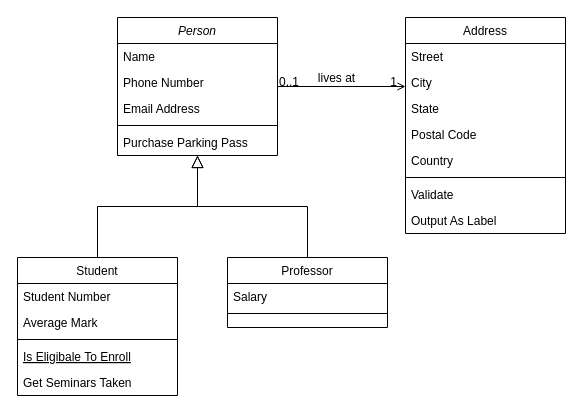
gingerxbread/Diagram-Week-2 keeps this draw.io diagram as Exercise2.drawio. Above is the earlier version. Source tidied: cells renumbered, new cells numbered last; positions are measured from the earlier drawing's top-left corner, leaving out a move shared by most shapes. Both pictures are drawn from the tidied source at 100%, with x=0, y=0 at pixel (17, 17).
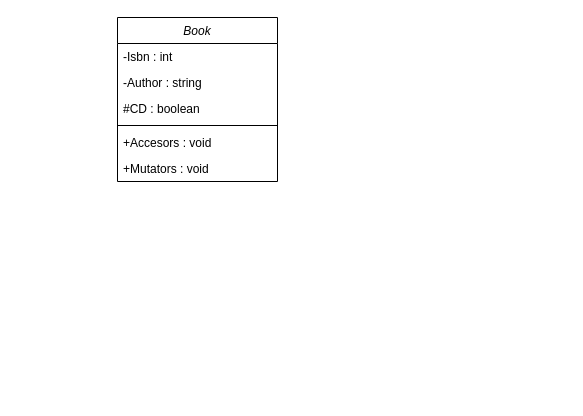
After the change.

Change to the diagram source:
```diff
@@
-    <mxCell id="2" value="Person" style="swimlane;fontStyle=2;align=center;verticalAlign=top;horizontal=1;startSize=26;rounded=0;shadow=0;strokeWidth=1;" parent="1" vertex="1">
-      <mxGeometry x="100" width="160" height="138" as="geometry" />
+    <mxCell id="2" value="Book" style="swimlane;fontStyle=2;align=center;verticalAlign=top;horizontal=1;startSize=26;rounded=0;shadow=0;strokeWidth=1;" parent="1" vertex="1">
+      <mxGeometry x="100" width="160" height="164" as="geometry" />
     </mxCell>
-    <mxCell id="3" value="Name" style="text;align=left;verticalAlign=top;spacingLeft=4;spacingRight=4;overflow=hidden;" parent="2" vertex="1">
+    <mxCell id="3" value="-Isbn : int" style="text;align=left;verticalAlign=top;spacingLeft=4;spacingRight=4;overflow=hidden;" parent="2" vertex="1">
       <mxGeometry y="26" width="160" height="26" as="geometry" />
     </mxCell>
-    <mxCell id="4" value="Phone Number" style="text;align=left;verticalAlign=top;spacingLeft=4;spacingRight=4;overflow=hidden;rounded=0;shadow=0;html=0;" parent="2" vertex="1">
+    <mxCell id="4" value="-Author : string" style="text;align=left;verticalAlign=top;spacingLeft=4;spacingRight=4;overflow=hidden;rounded=0;shadow=0;html=0;" parent="2" vertex="1">
       <mxGeometry y="52" width="160" height="26" as="geometry" />
     </mxCell>
-    <mxCell id="5" value="Email Address" style="text;align=left;verticalAlign=top;spacingLeft=4;spacingRight=4;overflow=hidden;rounded=0;shadow=0;html=0;" parent="2" vertex="1">
+    <mxCell id="5" value="#CD : boolean" style="text;align=left;verticalAlign=top;spacingLeft=4;spacingRight=4;overflow=hidden;rounded=0;shadow=0;html=0;" parent="2" vertex="1">
       <mxGeometry y="78" width="160" height="26" as="geometry" />
     </mxCell>
@@
-    <mxCell id="7" value="Purchase Parking Pass" style="text;align=left;verticalAlign=top;spacingLeft=4;spacingRight=4;overflow=hidden;" parent="2" vertex="1">
+    <mxCell id="7" value="+Accesors : void" style="text;align=left;verticalAlign=top;spacingLeft=4;spacingRight=4;overflow=hidden;" parent="2" vertex="1">
       <mxGeometry y="112" width="160" height="26" as="geometry" />
     </mxCell>
-    <mxCell id="8" value="Student" style="swimlane;fontStyle=0;align=center;verticalAlign=top;horizontal=1;startSize=26;rounded=0;shadow=0;strokeWidth=1;" parent="1" vertex="1">
-      <mxGeometry y="240" width="160" height="138" as="geometry" />
-    </mxCell>
-    <mxCell id="9" value="Student Number" style="text;align=left;verticalAlign=top;spacingLeft=4;spacingRight=4;overflow=hidden;" parent="8" vertex="1">
-      <mxGeometry y="26" width="160" height="26" as="geometry" />
-    </mxCell>
-    <mxCell id="10" value="Average Mark" style="text;align=left;verticalAlign=top;spacingLeft=4;spacingRight=4;overflow=hidden;rounded=0;shadow=0;html=0;" parent="8" vertex="1">
-      <mxGeometry y="52" width="160" height="26" as="geometry" />
-    </mxCell>
-    <mxCell id="11" style="line;html=1;strokeWidth=1;align=left;verticalAlign=middle;spacingTop=-1;spacingLeft=3;spacingRight=3;labelPosition=right;" parent="8" vertex="1">
-      <mxGeometry y="78" width="160" height="8" as="geometry" />
-    </mxCell>
-    <mxCell id="12" value="Is Eligibale To Enroll" style="text;align=left;verticalAlign=top;spacingLeft=4;spacingRight=4;overflow=hidden;fontStyle=4;" parent="8" vertex="1">
-      <mxGeometry y="86" width="160" height="26" as="geometry" />
-    </mxCell>
-    <mxCell id="13" value="Get Seminars Taken" style="text;align=left;verticalAlign=top;spacingLeft=4;spacingRight=4;overflow=hidden;" parent="8" vertex="1">
-      <mxGeometry y="112" width="160" height="26" as="geometry" />
-    </mxCell>
-    <mxCell id="14" style="endArrow=block;endSize=10;endFill=0;shadow=0;strokeWidth=1;rounded=0;edgeStyle=elbowEdgeStyle;elbow=vertical;" parent="1" edge="1" source="8" target="2">
-      <mxGeometry relative="1" as="geometry" />
-    </mxCell>
-    <mxCell id="15" value="Professor" style="swimlane;fontStyle=0;align=center;verticalAlign=top;horizontal=1;startSize=26;rounded=0;shadow=0;strokeWidth=1;" parent="1" vertex="1">
-      <mxGeometry x="210" y="240" width="160" height="70" as="geometry" />
-    </mxCell>
-    <mxCell id="16" value="Salary" style="text;align=left;verticalAlign=top;spacingLeft=4;spacingRight=4;overflow=hidden;" parent="15" vertex="1">
-      <mxGeometry y="26" width="160" height="26" as="geometry" />
-    </mxCell>
-    <mxCell id="17" style="line;html=1;strokeWidth=1;align=left;verticalAlign=middle;spacingTop=-1;spacingLeft=3;spacingRight=3;labelPosition=right;" parent="15" vertex="1">
-      <mxGeometry y="52" width="160" height="8" as="geometry" />
-    </mxCell>
-    <mxCell id="18" style="endArrow=block;endSize=10;endFill=0;shadow=0;strokeWidth=1;rounded=0;edgeStyle=elbowEdgeStyle;elbow=vertical;" parent="1" edge="1" source="15" target="2">
-      <mxGeometry relative="1" as="geometry" />
-    </mxCell>
-    <mxCell id="19" value="Address" style="swimlane;fontStyle=0;align=center;verticalAlign=top;horizontal=1;startSize=26;rounded=0;shadow=0;strokeWidth=1;" parent="1" vertex="1">
-      <mxGeometry x="388" width="160" height="216" as="geometry" />
-    </mxCell>
-    <mxCell id="20" value="Street" style="text;align=left;verticalAlign=top;spacingLeft=4;spacingRight=4;overflow=hidden;" parent="19" vertex="1">
-      <mxGeometry y="26" width="160" height="26" as="geometry" />
-    </mxCell>
-    <mxCell id="21" value="City" style="text;align=left;verticalAlign=top;spacingLeft=4;spacingRight=4;overflow=hidden;rounded=0;shadow=0;html=0;" parent="19" vertex="1">
-      <mxGeometry y="52" width="160" height="26" as="geometry" />
-    </mxCell>
-    <mxCell id="22" value="State" style="text;align=left;verticalAlign=top;spacingLeft=4;spacingRight=4;overflow=hidden;rounded=0;shadow=0;html=0;" parent="19" vertex="1">
-      <mxGeometry y="78" width="160" height="26" as="geometry" />
-    </mxCell>
-    <mxCell id="23" value="Postal Code" style="text;align=left;verticalAlign=top;spacingLeft=4;spacingRight=4;overflow=hidden;rounded=0;shadow=0;html=0;" parent="19" vertex="1">
-      <mxGeometry y="104" width="160" height="26" as="geometry" />
-    </mxCell>
-    <mxCell id="24" value="Country" style="text;align=left;verticalAlign=top;spacingLeft=4;spacingRight=4;overflow=hidden;rounded=0;shadow=0;html=0;" parent="19" vertex="1">
-      <mxGeometry y="130" width="160" height="26" as="geometry" />
-    </mxCell>
-    <mxCell id="25" style="line;html=1;strokeWidth=1;align=left;verticalAlign=middle;spacingTop=-1;spacingLeft=3;spacingRight=3;labelPosition=right;" parent="19" vertex="1">
-      <mxGeometry y="156" width="160" height="8" as="geometry" />
-    </mxCell>
-    <mxCell id="26" value="Validate" style="text;align=left;verticalAlign=top;spacingLeft=4;spacingRight=4;overflow=hidden;" parent="19" vertex="1">
-      <mxGeometry y="164" width="160" height="26" as="geometry" />
-    </mxCell>
-    <mxCell id="27" value="Output As Label" style="text;align=left;verticalAlign=top;spacingLeft=4;spacingRight=4;overflow=hidden;" parent="19" vertex="1">
-      <mxGeometry y="190" width="160" height="26" as="geometry" />
-    </mxCell>
-    <mxCell id="28" style="endArrow=open;shadow=0;strokeWidth=1;rounded=0;endFill=1;edgeStyle=elbowEdgeStyle;elbow=vertical;" parent="1" edge="1" source="2" target="19">
-      <mxGeometry x="0.5" y="41" relative="1" as="geometry">
-        <mxPoint x="-40" y="32" as="offset" />
-      </mxGeometry>
-    </mxCell>
-    <mxCell id="29" value="0..1" style="align=left;verticalAlign=bottom;labelBackgroundColor=none;fontSize=12;" parent="28" vertex="1">
-      <mxGeometry x="-1" relative="1" as="geometry">
-        <mxPoint y="4" as="offset" />
-      </mxGeometry>
-    </mxCell>
-    <mxCell id="30" value="1" style="align=right;verticalAlign=bottom;labelBackgroundColor=none;fontSize=12;" parent="28" vertex="1">
-      <mxGeometry x="1" relative="1" as="geometry">
-        <mxPoint x="-7" y="4" as="offset" />
-      </mxGeometry>
-    </mxCell>
-    <mxCell id="31" value="lives at" style="text;html=1;align=center;verticalAlign=middle;labelBackgroundColor=none;rounded=0;shadow=0;strokeWidth=1;fontSize=12;" parent="28" vertex="1">
-      <mxGeometry x="0.5" y="49" relative="1" as="geometry">
-        <mxPoint x="-38" y="40" as="offset" />
-      </mxGeometry>
-    </mxCell>
+    <mxCell id="32" value="+Mutators : void" style="text;align=left;verticalAlign=top;spacingLeft=4;spacingRight=4;overflow=hidden;" parent="2" vertex="1">
+      <mxGeometry y="138" width="160" height="26" as="geometry" />
+    </mxCell>
```
